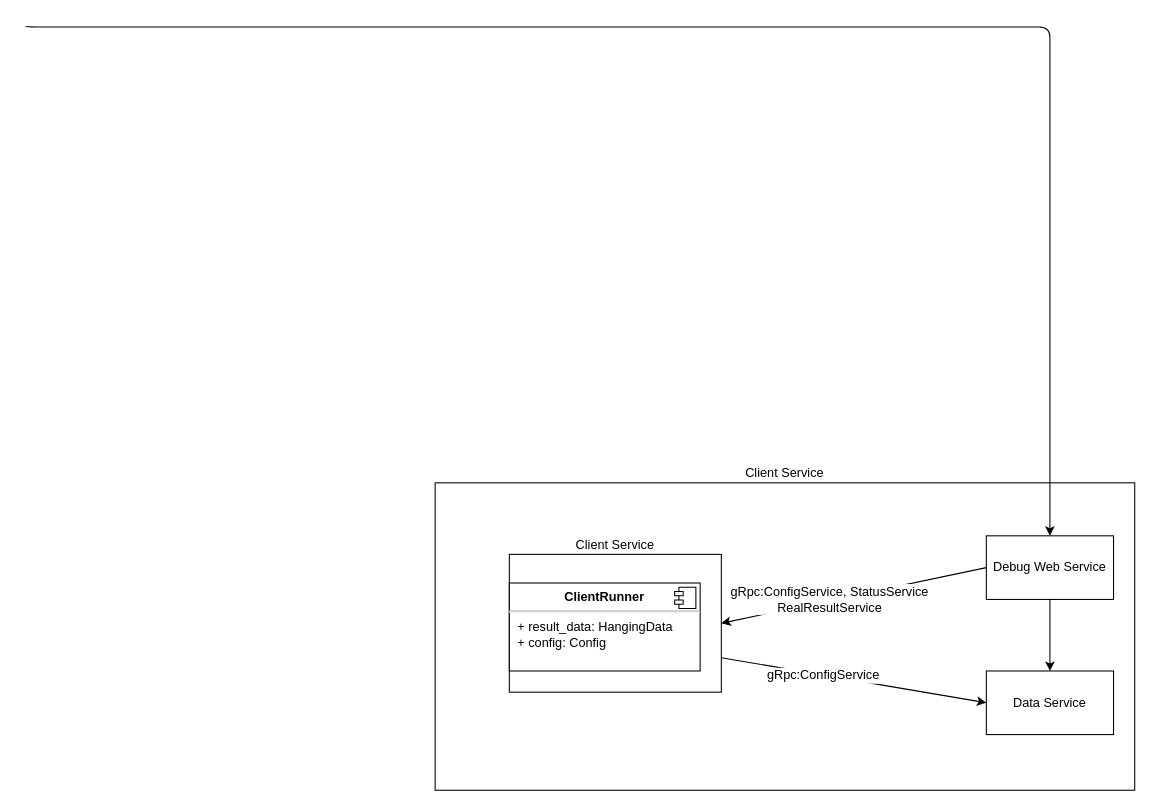
yankaili2006/wiki keeps this draw.io diagram as privpy_cs.drawio. Above is the earlier version. Source tidied: cells renumbered, new cells numbered last; positions are measured from the earlier drawing's top-left corner, leaving out a move shared by most shapes. Both pictures are drawn from the tidied source at 106%, with x=0, y=0 at pixel (25, 25).
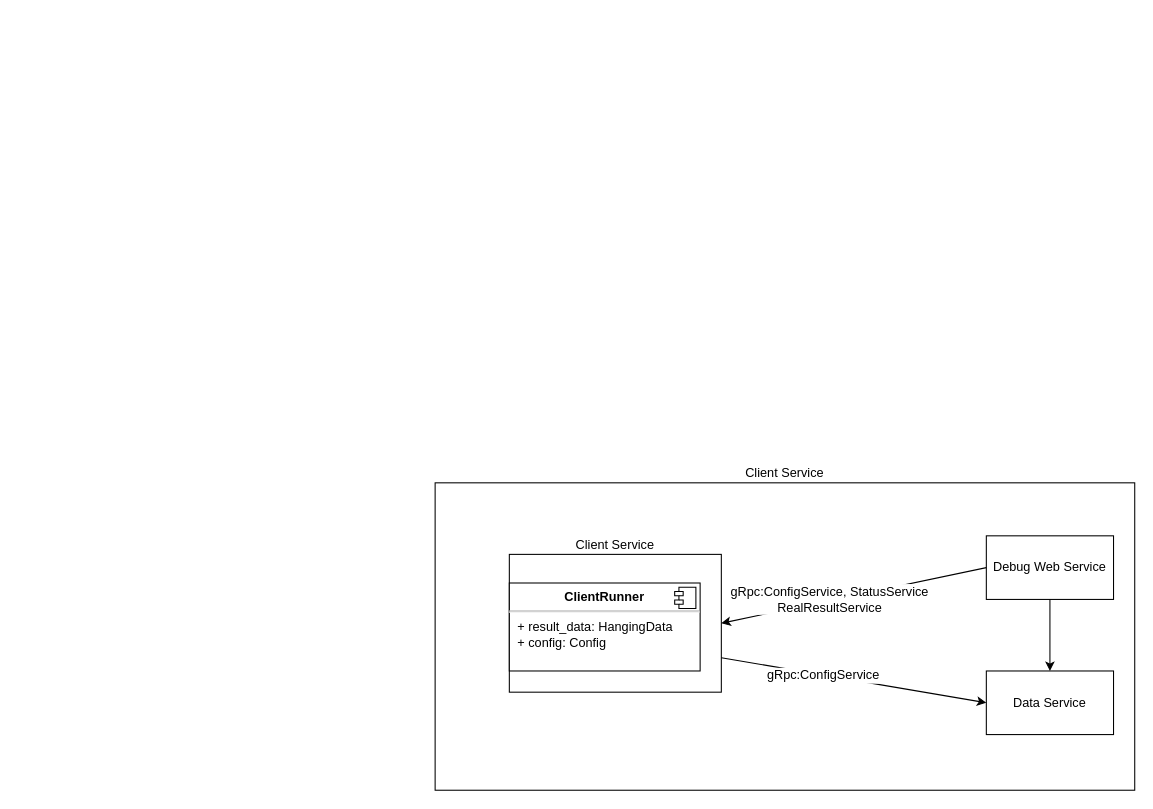
Above is the later version.

Change to the diagram source:
```diff
@@
 <mxGraphModel>
   <root>
     <mxCell id="0" />
     <mxCell id="1" parent="0" />
     <mxCell id="2" value="Client Service" style="whiteSpace=wrap;html=1;align=center;labelPosition=center;verticalLabelPosition=top;verticalAlign=bottom;" parent="1" vertex="1">
       <mxGeometry x="386" y="431" width="660" height="290" as="geometry" />
     </mxCell>
     <mxCell id="3" value="Debug Web Service" style="whiteSpace=wrap;html=1;align=center;" parent="2" vertex="1">
       <mxGeometry x="520" y="50" width="120" height="60" as="geometry" />
     </mxCell>
     <mxCell id="4" value="Data Service" style="whiteSpace=wrap;html=1;align=center;labelPosition=center;verticalLabelPosition=middle;verticalAlign=middle;" parent="2" vertex="1">
       <mxGeometry x="520" y="177.5" width="120" height="60" as="geometry" />
     </mxCell>
     <mxCell id="5" style="endArrow=classic;html=1;entryX=0.5;entryY=0;entryDx=0;entryDy=0;exitX=0.5;exitY=1;exitDx=0;exitDy=0;" parent="2" edge="1" source="3" target="4">
       <mxGeometry relative="1" as="geometry" />
     </mxCell>
     <mxCell id="6" value="Client Service" style="whiteSpace=wrap;html=1;align=center;labelPosition=center;verticalLabelPosition=top;verticalAlign=bottom;" parent="2" vertex="1">
       <mxGeometry x="70" y="67.5" width="200" height="130" as="geometry" />
     </mxCell>
     <mxCell id="7" value="&lt;p style=&quot;margin: 0px ; margin-top: 6px ; text-align: center&quot;&gt;&lt;b&gt;ClientRunner&lt;/b&gt;&lt;/p&gt;&lt;hr&gt;&lt;p style=&quot;margin: 0px ; margin-left: 8px&quot;&gt;+ result_data: HangingData&amp;nbsp;&lt;br&gt;+ config: Config&lt;br&gt;&lt;/p&gt;" style="align=left;overflow=fill;html=1;" parent="6" vertex="1">
       <mxGeometry y="27" width="180" height="83" as="geometry" />
     </mxCell>
     <mxCell id="8" style="shape=component;jettyWidth=8;jettyHeight=4;" parent="7" vertex="1">
       <mxGeometry x="1" width="20" height="20" relative="1" as="geometry">
         <mxPoint x="-24" y="4" as="offset" />
       </mxGeometry>
     </mxCell>
     <mxCell id="9" style="endArrow=classic;html=1;exitX=0;exitY=0.5;exitDx=0;exitDy=0;entryX=1;entryY=0.5;entryDx=0;entryDy=0;" parent="2" edge="1" source="3" target="6">
       <mxGeometry relative="1" as="geometry" />
     </mxCell>
     <mxCell id="10" value="gRpc:ConfigService, StatusService&lt;br&gt;RealResultService&lt;br&gt;" style="text;html=1;align=center;verticalAlign=middle;labelBackgroundColor=#ffffff;" parent="9" vertex="1">
       <mxGeometry x="0.18" y="-2" relative="1" as="geometry" />
     </mxCell>
     <mxCell id="11" style="endArrow=classic;html=1;exitX=1;exitY=0.75;exitDx=0;exitDy=0;entryX=0;entryY=0.5;entryDx=0;entryDy=0;" parent="2" edge="1" source="6" target="4">
       <mxGeometry relative="1" as="geometry" />
     </mxCell>
     <mxCell id="12" value="gRpc:ConfigService" style="text;html=1;align=center;verticalAlign=middle;labelBackgroundColor=#ffffff;" parent="11" vertex="1">
       <mxGeometry x="-0.24" relative="1" as="geometry">
         <mxPoint x="1" as="offset" />
       </mxGeometry>
     </mxCell>
-    <mxCell id="13" style="edgeStyle=elbowEdgeStyle;elbow=vertical;endArrow=classic;html=1;exitX=1;exitY=0.5;exitDx=0;exitDy=0;entryX=0.5;entryY=0;entryDx=0;entryDy=0;" parent="1" edge="1" target="3">
-      <mxGeometry relative="1" as="geometry">
-        <mxPoint as="sourcePoint" />
-        <Array as="points">
-          <mxPoint x="176" y="1" />
-        </Array>
-      </mxGeometry>
-    </mxCell>
   </root>
 </mxGraphModel>
```
